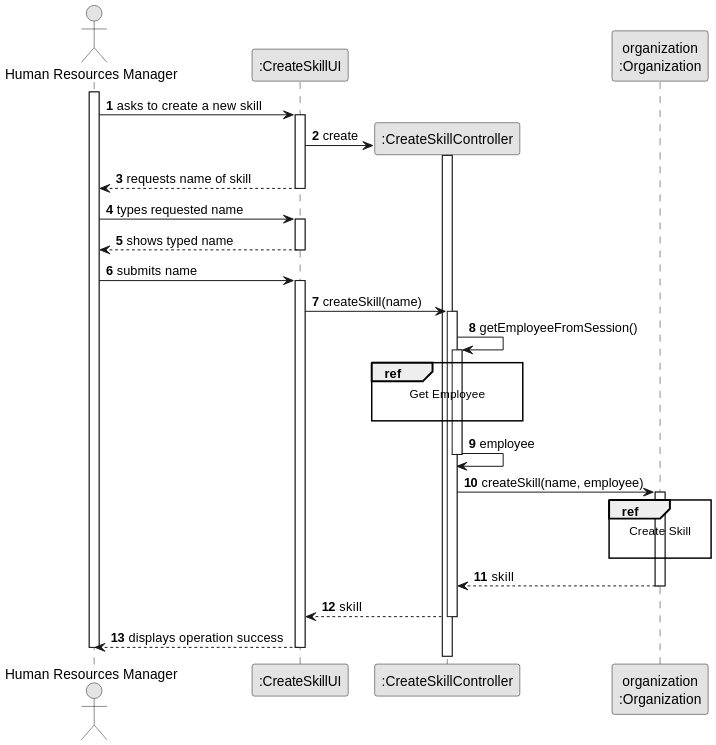
tiagosoa/lei-24-s2-1dgh-g073 keeps this PlantUML diagram as docs/sprint2/us001/03.design/svg/us001-sequence-diagram-split.svg. Above is the earlier version.
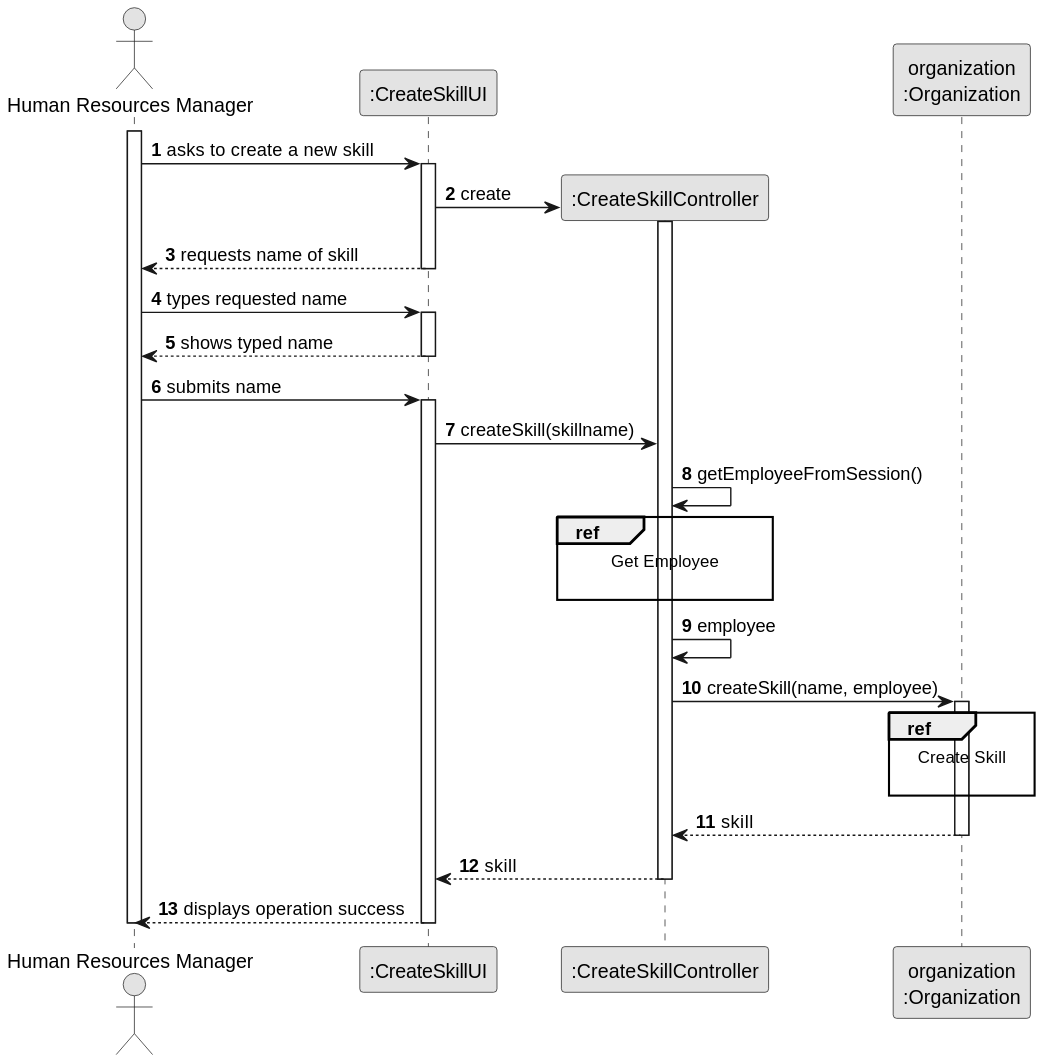
After the commit.

What changed in the source:
```diff
@@ -32,18 +32,18 @@
     ADM -> UI : submits name
     activate UI
 
-        UI -> CTRL : createSkill(name)
-        activate CTRL
+        UI -> CTRL : createSkill(skillname)
+
 
             CTRL -> CTRL : getEmployeeFromSession()
-            activate CTRL
+
 
                 ref over CTRL
                     Get Employee
 
                 end ref
                 CTRL -> CTRL : employee
-            deactivate CTRL
+
 
             CTRL -> ORG: createSkill(name, employee)
             activate ORG
```
